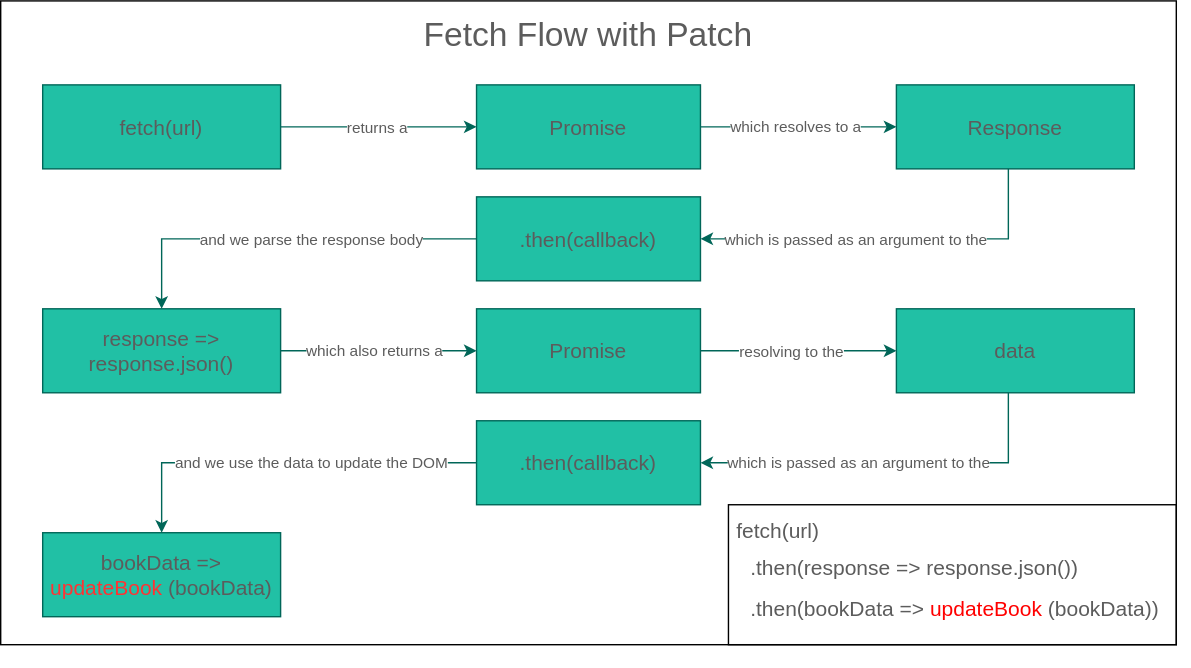
learn-co-curriculum/SENG-LIVE-010923-Phase-1-JS keeps this draw.io diagram as 06_PATCH_and_DELETE_Requests/assets/export/fetch-patch-diagram.drawio.svg. Above is the earlier version. Source tidied: cells renumbered, new cells last; positions are measured from the earlier drawing's top-left corner, leaving out a move shared by most shapes. Source of this version:
```xml
<mxGraphModel>
  <root>
    <mxCell id="0" />
    <mxCell id="1" parent="0" />
    <mxCell id="2" style="rounded=0;whiteSpace=wrap;html=1;" parent="1" vertex="1">
      <mxGeometry width="840" height="460" as="geometry" />
    </mxCell>
    <mxCell id="3" style="edgeStyle=orthogonalEdgeStyle;rounded=0;jettySize=auto;html=1;strokeColor=#006658;fontColor=#5C5C5C;fillColor=#21C0A5;" parent="1" edge="1" source="5" target="8">
      <mxGeometry relative="1" as="geometry" />
    </mxCell>
    <mxCell id="4" value="returns a" style="edgeLabel;html=1;align=center;verticalAlign=middle;fontColor=#5C5C5C;" parent="3" vertex="1">
      <mxGeometry x="-0.03" relative="1" as="geometry" />
    </mxCell>
    <mxCell id="5" value="&lt;font style=&quot;font-size: 15px;&quot;&gt;fetch(url)&lt;/font&gt;" style="rounded=0;whiteSpace=wrap;html=1;strokeColor=#006658;fontColor=#5C5C5C;fillColor=#21C0A5;" parent="1" vertex="1">
      <mxGeometry x="30" y="60" width="170" height="60" as="geometry" />
    </mxCell>
    <mxCell id="6" style="edgeStyle=orthogonalEdgeStyle;rounded=0;jettySize=auto;html=1;strokeColor=#006658;fontColor=#5C5C5C;fillColor=#21C0A5;" parent="1" edge="1" source="8" target="11">
      <mxGeometry relative="1" as="geometry" />
    </mxCell>
    <mxCell id="7" value="which resolves to a" style="edgeLabel;html=1;align=center;verticalAlign=middle;fontColor=#5C5C5C;" parent="6" vertex="1">
      <mxGeometry x="-0.05" y="1" relative="1" as="geometry" />
    </mxCell>
    <mxCell id="8" value="&lt;font style=&quot;font-size: 15px;&quot;&gt;Promise&lt;/font&gt;" style="rounded=0;whiteSpace=wrap;html=1;strokeColor=#006658;fontColor=#5C5C5C;fillColor=#21C0A5;" parent="1" vertex="1">
      <mxGeometry x="340" y="60" width="160" height="60" as="geometry" />
    </mxCell>
    <mxCell id="9" style="edgeStyle=orthogonalEdgeStyle;rounded=0;jettySize=auto;html=1;strokeColor=#006658;fontColor=#5C5C5C;fillColor=#21C0A5;" parent="1" edge="1" source="11" target="14">
      <mxGeometry relative="1" as="geometry">
        <Array as="points">
          <mxPoint x="720" y="170" />
        </Array>
      </mxGeometry>
    </mxCell>
    <mxCell id="10" value="which is passed as an argument to the" style="edgeLabel;html=1;align=center;verticalAlign=middle;fontColor=#5C5C5C;" parent="9" vertex="1">
      <mxGeometry x="0.19" relative="1" as="geometry" />
    </mxCell>
    <mxCell id="11" value="&lt;font style=&quot;font-size: 15px;&quot;&gt;Response&lt;/font&gt;" style="rounded=0;whiteSpace=wrap;html=1;strokeColor=#006658;fontColor=#5C5C5C;fillColor=#21C0A5;" parent="1" vertex="1">
      <mxGeometry x="640" y="60" width="170" height="60" as="geometry" />
    </mxCell>
    <mxCell id="12" style="edgeStyle=orthogonalEdgeStyle;rounded=0;jettySize=auto;html=1;strokeColor=#006658;fontColor=#5C5C5C;fillColor=#21C0A5;" parent="1" edge="1" source="14" target="17">
      <mxGeometry relative="1" as="geometry" />
    </mxCell>
    <mxCell id="13" value="and we parse the response body" style="edgeLabel;html=1;align=center;verticalAlign=middle;fontColor=#5C5C5C;" parent="12" vertex="1">
      <mxGeometry x="-0.14" relative="1" as="geometry" />
    </mxCell>
    <mxCell id="14" value="&lt;font style=&quot;font-size: 15px;&quot;&gt;.then(callback)&lt;/font&gt;" style="rounded=0;whiteSpace=wrap;html=1;strokeColor=#006658;fontColor=#5C5C5C;fillColor=#21C0A5;" parent="1" vertex="1">
      <mxGeometry x="340" y="140" width="160" height="60" as="geometry" />
    </mxCell>
    <mxCell id="15" style="edgeStyle=orthogonalEdgeStyle;rounded=0;jettySize=auto;html=1;strokeColor=#006658;fontColor=#5C5C5C;fillColor=#21C0A5;" parent="1" edge="1" source="17" target="20">
      <mxGeometry relative="1" as="geometry" />
    </mxCell>
    <mxCell id="16" value="which also returns a" style="edgeLabel;html=1;align=center;verticalAlign=middle;fontColor=#5C5C5C;" parent="15" vertex="1">
      <mxGeometry x="-0.06" y="1" relative="1" as="geometry" />
    </mxCell>
    <mxCell id="17" value="&lt;font style=&quot;font-size: 15px&quot;&gt;response =&amp;gt; response.json()&lt;/font&gt;" style="rounded=0;whiteSpace=wrap;html=1;strokeColor=#006658;fontColor=#5C5C5C;fillColor=#21C0A5;" parent="1" vertex="1">
      <mxGeometry x="30" y="220" width="170" height="60" as="geometry" />
    </mxCell>
    <mxCell id="18" style="edgeStyle=orthogonalEdgeStyle;rounded=0;jettySize=auto;html=1;strokeColor=#006658;fontColor=#5C5C5C;fillColor=#21C0A5;" parent="1" edge="1" source="20" target="23">
      <mxGeometry relative="1" as="geometry" />
    </mxCell>
    <mxCell id="19" value="resolving to the" style="edgeLabel;html=1;align=center;verticalAlign=middle;fontColor=#5C5C5C;" parent="18" vertex="1">
      <mxGeometry x="-0.08" relative="1" as="geometry" />
    </mxCell>
    <mxCell id="20" value="&lt;font style=&quot;font-size: 15px;&quot;&gt;Promise&lt;/font&gt;" style="rounded=0;whiteSpace=wrap;html=1;strokeColor=#006658;fontColor=#5C5C5C;fillColor=#21C0A5;" parent="1" vertex="1">
      <mxGeometry x="340" y="220" width="160" height="60" as="geometry" />
    </mxCell>
    <mxCell id="21" style="edgeStyle=orthogonalEdgeStyle;rounded=0;jettySize=auto;html=1;strokeColor=#006658;fontColor=#5C5C5C;fillColor=#21C0A5;" parent="1" edge="1" source="23" target="26">
      <mxGeometry relative="1" as="geometry">
        <Array as="points">
          <mxPoint x="720" y="330" />
        </Array>
      </mxGeometry>
    </mxCell>
    <mxCell id="22" value="which is passed as an argument to the" style="edgeLabel;html=1;align=center;verticalAlign=middle;fontColor=#5C5C5C;" parent="21" vertex="1">
      <mxGeometry x="0.17" y="-1" relative="1" as="geometry" />
    </mxCell>
    <mxCell id="23" value="&lt;font style=&quot;font-size: 15px;&quot;&gt;data&lt;/font&gt;" style="rounded=0;whiteSpace=wrap;html=1;strokeColor=#006658;fontColor=#5C5C5C;fillColor=#21C0A5;" parent="1" vertex="1">
      <mxGeometry x="640" y="220" width="170" height="60" as="geometry" />
    </mxCell>
    <mxCell id="24" style="edgeStyle=orthogonalEdgeStyle;rounded=0;jettySize=auto;html=1;strokeColor=#006658;fontColor=#5C5C5C;fillColor=#21C0A5;" parent="1" edge="1" source="26" target="27">
      <mxGeometry relative="1" as="geometry" />
    </mxCell>
    <mxCell id="25" value="and we use the data to update the DOM" style="edgeLabel;html=1;align=center;verticalAlign=middle;fontColor=#5C5C5C;" parent="24" vertex="1">
      <mxGeometry x="-0.14" y="-1" relative="1" as="geometry" />
    </mxCell>
    <mxCell id="26" value="&lt;font style=&quot;font-size: 15px;&quot;&gt;.then(callback)&lt;/font&gt;" style="rounded=0;whiteSpace=wrap;html=1;strokeColor=#006658;fontColor=#5C5C5C;fillColor=#21C0A5;" parent="1" vertex="1">
      <mxGeometry x="340" y="300" width="160" height="60" as="geometry" />
    </mxCell>
    <mxCell id="27" value="&lt;font style=&quot;font-size: 15px&quot;&gt;bookData =&amp;gt; &lt;font color=&quot;#ff3333&quot;&gt;updateBook&lt;/font&gt;(bookData)&lt;/font&gt;" style="rounded=0;whiteSpace=wrap;html=1;strokeColor=#006658;fontColor=#5C5C5C;fillColor=#21C0A5;" parent="1" vertex="1">
      <mxGeometry x="30" y="380" width="170" height="60" as="geometry" />
    </mxCell>
    <mxCell id="28" value="&lt;font style=&quot;font-size: 24px&quot;&gt;Fetch Flow with Patch&lt;/font&gt;" style="text;html=1;strokeColor=none;fillColor=none;align=center;verticalAlign=middle;whiteSpace=wrap;rounded=0;fontSize=15;fontColor=#5C5C5C;" parent="1" vertex="1">
      <mxGeometry width="840" height="50" as="geometry" />
    </mxCell>
    <mxCell id="29" value="&lt;font style=&quot;font-size: 15px&quot;&gt;fetch(url)&lt;br&gt;&amp;nbsp;&amp;nbsp;&lt;br&gt;&lt;br&gt;&lt;br&gt;&lt;/font&gt;" style="text;html=1;strokeColor=default;fillColor=none;align=left;verticalAlign=middle;whiteSpace=wrap;rounded=0;fontSize=24;fontColor=#5C5C5C;perimeterSpacing=2;spacing=6;spacingTop=18;" parent="1" vertex="1">
      <mxGeometry x="520" y="360" width="320" height="100" as="geometry" />
    </mxCell>
    <mxCell id="30" value="&lt;font style=&quot;font-size: 15px&quot;&gt;&amp;nbsp; .then(response =&amp;gt; response.json())&lt;br&gt;&amp;nbsp; .then(bookData =&amp;gt; &lt;font color=&quot;#ff0000&quot;&gt;updateBook&lt;/font&gt;(bookData))&lt;/font&gt;" style="text;html=1;strokeColor=none;fillColor=none;align=left;verticalAlign=middle;whiteSpace=wrap;rounded=0;fontSize=24;fontColor=#5C5C5C;perimeterSpacing=2;spacing=6;" parent="1" vertex="1">
      <mxGeometry x="530" y="392" width="320" height="50" as="geometry" />
    </mxCell>
  </root>
</mxGraphModel>
```
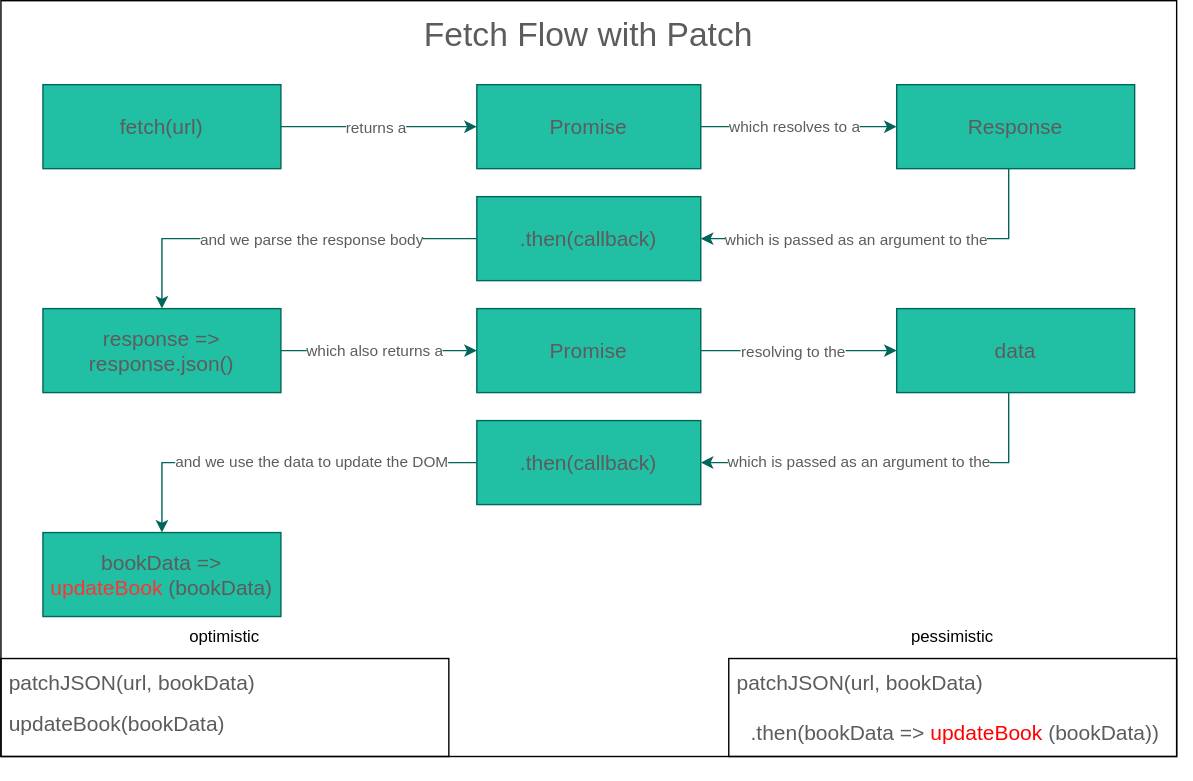
The same diagram one commit later.

What changed in the source:
```diff
@@ -3,7 +3,7 @@
     <mxCell id="0" />
     <mxCell id="1" parent="0" />
     <mxCell id="2" style="rounded=0;whiteSpace=wrap;html=1;" parent="1" vertex="1">
-      <mxGeometry width="840" height="460" as="geometry" />
+      <mxGeometry width="840" height="540" as="geometry" />
     </mxCell>
     <mxCell id="3" style="edgeStyle=orthogonalEdgeStyle;rounded=0;jettySize=auto;html=1;strokeColor=#006658;fontColor=#5C5C5C;fillColor=#21C0A5;" parent="1" edge="1" source="5" target="8">
       <mxGeometry relative="1" as="geometry" />
@@ -91,11 +91,20 @@
     <mxCell id="28" value="&lt;font style=&quot;font-size: 24px&quot;&gt;Fetch Flow with Patch&lt;/font&gt;" style="text;html=1;strokeColor=none;fillColor=none;align=center;verticalAlign=middle;whiteSpace=wrap;rounded=0;fontSize=15;fontColor=#5C5C5C;" parent="1" vertex="1">
       <mxGeometry width="840" height="50" as="geometry" />
     </mxCell>
-    <mxCell id="29" value="&lt;font style=&quot;font-size: 15px&quot;&gt;fetch(url)&lt;br&gt;&amp;nbsp;&amp;nbsp;&lt;br&gt;&lt;br&gt;&lt;br&gt;&lt;/font&gt;" style="text;html=1;strokeColor=default;fillColor=none;align=left;verticalAlign=middle;whiteSpace=wrap;rounded=0;fontSize=24;fontColor=#5C5C5C;perimeterSpacing=2;spacing=6;spacingTop=18;" parent="1" vertex="1">
-      <mxGeometry x="520" y="360" width="320" height="100" as="geometry" />
+    <mxCell id="29" value="&lt;font style=&quot;font-size: 15px&quot;&gt;patchJSON(url, bookData)&lt;br&gt;&lt;br&gt;&lt;br&gt;&lt;/font&gt;" style="text;html=1;strokeColor=default;fillColor=none;align=left;verticalAlign=middle;whiteSpace=wrap;rounded=0;fontSize=24;fontColor=#5C5C5C;perimeterSpacing=2;spacing=6;spacingTop=18;" parent="1" vertex="1">
+      <mxGeometry x="520" y="470" width="320" height="70" as="geometry" />
     </mxCell>
-    <mxCell id="30" value="&lt;font style=&quot;font-size: 15px&quot;&gt;&amp;nbsp; .then(response =&amp;gt; response.json())&lt;br&gt;&amp;nbsp; .then(bookData =&amp;gt; &lt;font color=&quot;#ff0000&quot;&gt;updateBook&lt;/font&gt;(bookData))&lt;/font&gt;" style="text;html=1;strokeColor=none;fillColor=none;align=left;verticalAlign=middle;whiteSpace=wrap;rounded=0;fontSize=24;fontColor=#5C5C5C;perimeterSpacing=2;spacing=6;" parent="1" vertex="1">
-      <mxGeometry x="530" y="392" width="320" height="50" as="geometry" />
+    <mxCell id="30" value="&lt;font style=&quot;font-size: 15px&quot;&gt;&amp;nbsp; .then(bookData =&amp;gt; &lt;font color=&quot;#ff0000&quot;&gt;updateBook&lt;/font&gt;(bookData))&lt;/font&gt;" style="text;html=1;strokeColor=none;fillColor=none;align=left;verticalAlign=middle;whiteSpace=wrap;rounded=0;fontSize=24;fontColor=#5C5C5C;perimeterSpacing=2;spacing=6;" parent="1" vertex="1">
+      <mxGeometry x="530" y="510" width="320" height="22" as="geometry" />
     </mxCell>
+    <mxCell id="31" value="&lt;font style=&quot;font-size: 15px&quot;&gt;patchJSON(url, bookData)&lt;br&gt;updateBook(bookData)&lt;br&gt;&lt;br&gt;&lt;/font&gt;" style="text;html=1;strokeColor=default;fillColor=none;align=left;verticalAlign=middle;whiteSpace=wrap;rounded=0;fontSize=24;fontColor=#5C5C5C;perimeterSpacing=2;spacing=6;spacingTop=18;" parent="1" vertex="1">
+      <mxGeometry y="470" width="320" height="70" as="geometry" />
+    </mxCell>
+    <mxCell id="32" value="pessimistic" style="text;html=1;strokeColor=none;fillColor=none;align=center;verticalAlign=middle;whiteSpace=wrap;rounded=0;" parent="1" vertex="1">
+      <mxGeometry x="520" y="440" width="320" height="30" as="geometry" />
+    </mxCell>
+    <mxCell id="33" value="optimistic" style="text;html=1;strokeColor=none;fillColor=none;align=center;verticalAlign=middle;whiteSpace=wrap;rounded=0;" parent="1" vertex="1">
+      <mxGeometry y="440" width="320" height="30" as="geometry" />
+    </mxCell>
   </root>
 </mxGraphModel>
```
